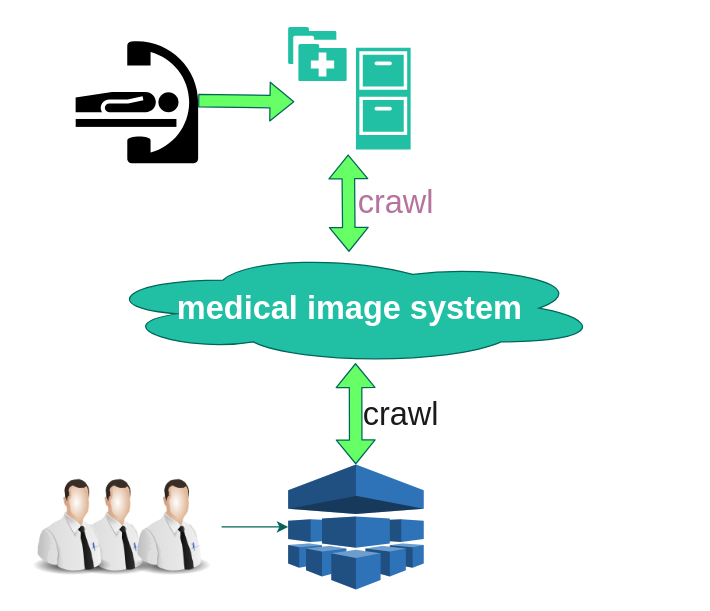
The draw.io diagram crawl&medicalimage_review.drawio in Thesoul20/daily-work, before the edit. Source tidied: cells renumbered, new cells numbered last; positions are measured from the earlier drawing's top-left corner, leaving out a move shared by most shapes. Both pictures are drawn from the tidied source at 125%, with x=0, y=0 at pixel (21, 26).
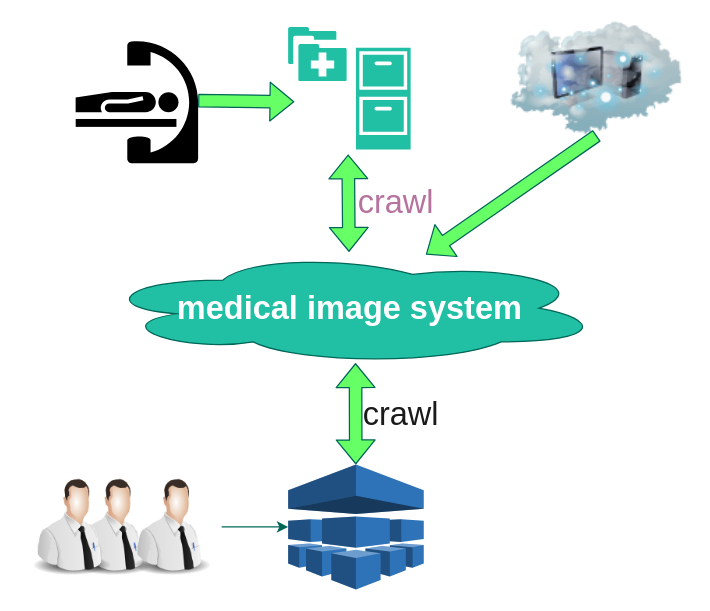
After the change.

Change to the diagram source:
```diff
@@
 <mxGraphModel>
   <root>
     <mxCell id="0" />
     <mxCell id="1" parent="0" />
     <mxCell id="2" style="shape=mxgraph.signs.healthcare.medical_records;html=1;strokeColor=none;verticalLabelPosition=bottom;verticalAlign=top;align=center;fillColor=#21C0A5;fontColor=#5C5C5C;" parent="1" vertex="1">
       <mxGeometry x="213" width="98" height="98" as="geometry" />
     </mxCell>
     <mxCell id="3" style="shape=mxgraph.signs.healthcare.cath_lab;html=1;fillColor=#000000;strokeColor=none;verticalLabelPosition=bottom;verticalAlign=top;align=center;rounded=0;sketch=0;fontColor=#5C5C5C;" parent="1" vertex="1">
       <mxGeometry x="43" y="9" width="98" height="100" as="geometry" />
     </mxCell>
     <mxCell id="4" style="shape=flexArrow;endArrow=classic;html=1;rounded=1;sketch=0;fontColor=#5C5C5C;strokeColor=#006658;fillColor=#66FF66;curved=0;exitX=1;exitY=0.5;exitDx=0;exitDy=0;exitPerimeter=0;entryX=0.051;entryY=0.612;entryDx=0;entryDy=0;entryPerimeter=0;" parent="1" edge="1" source="3" target="2">
       <mxGeometry relative="1" as="geometry" />
     </mxCell>
     <mxCell id="5" value="&lt;font color=&quot;#FFFFFF&quot;&gt;&lt;b&gt;&lt;font style=&quot;font-size: 26px&quot;&gt;medical image system&lt;/font&gt;&lt;/b&gt;&lt;/font&gt;" style="ellipse;shape=cloud;whiteSpace=wrap;html=1;rounded=0;sketch=0;fontColor=#5C5C5C;strokeColor=#006658;fillColor=#21C0A5;" parent="1" vertex="1">
       <mxGeometry x="59.8" y="180" width="404.5" height="90" as="geometry" />
     </mxCell>
     <mxCell id="6" style="shape=flexArrow;endArrow=classic;startArrow=classic;html=1;rounded=1;sketch=0;fontColor=#5C5C5C;strokeColor=#006658;fillColor=#66FF66;curved=0;entryX=0.49;entryY=1.041;entryDx=0;entryDy=0;entryPerimeter=0;" parent="1" edge="1" source="5" target="2">
       <mxGeometry relative="1" as="geometry" />
     </mxCell>
     <mxCell id="7" style="shape=flexArrow;endArrow=classic;startArrow=classic;html=1;rounded=1;sketch=0;fontSize=26;fontColor=#FFFFFF;strokeColor=#006658;fillColor=#66FF66;curved=0;entryX=0.512;entryY=0.989;entryDx=0;entryDy=0;entryPerimeter=0;" parent="1" edge="1" source="8" target="5">
       <mxGeometry relative="1" as="geometry" />
     </mxCell>
     <mxCell id="8" style="outlineConnect=0;dashed=0;verticalLabelPosition=bottom;verticalAlign=top;align=center;html=1;shape=mxgraph.aws3.machine_learning;fillColor=#2E73B8;gradientColor=none;rounded=0;sketch=0;fontSize=26;fontColor=#FFFFFF;strokeColor=#006658;" parent="1" vertex="1">
       <mxGeometry x="213" y="350" width="108.5" height="100" as="geometry" />
     </mxCell>
     <mxCell id="9" style="image;html=1;image=img/lib/clip_art/people/Tech_Man_128x128.png;rounded=0;sketch=0;fontSize=26;fontColor=#FFFFFF;strokeColor=#006658;fillColor=#21C0A5;" parent="1" vertex="1">
       <mxGeometry x="33" y="360" width="80" height="80" as="geometry" />
     </mxCell>
     <mxCell id="10" style="image;html=1;image=img/lib/clip_art/people/Tech_Man_128x128.png;rounded=0;sketch=0;fontSize=26;fontColor=#FFFFFF;strokeColor=#006658;fillColor=#21C0A5;" parent="1" vertex="1">
       <mxGeometry y="360" width="80" height="80" as="geometry" />
     </mxCell>
     <mxCell id="11" style="edgeStyle=orthogonalEdgeStyle;curved=0;rounded=1;sketch=0;jettySize=auto;html=1;fontSize=26;fontColor=#FFFFFF;strokeColor=#006658;fillColor=#66FF66;" parent="1" edge="1" source="12" target="8">
       <mxGeometry relative="1" as="geometry" />
     </mxCell>
     <mxCell id="12" style="image;html=1;image=img/lib/clip_art/people/Tech_Man_128x128.png;rounded=0;sketch=0;fontSize=26;fontColor=#FFFFFF;strokeColor=#006658;fillColor=#21C0A5;" parent="1" vertex="1">
       <mxGeometry x="79.8" y="360" width="80" height="80" as="geometry" />
     </mxCell>
     <mxCell id="13" value="&lt;font color=&quot;#1A1A1A&quot;&gt;crawl&lt;/font&gt;" style="text;html=1;align=center;verticalAlign=middle;strokeColor=none;fillColor=none;fontSize=26;fontColor=#FFFFFF;" parent="1" vertex="1">
       <mxGeometry x="263" y="290" width="80" height="40" as="geometry" />
     </mxCell>
     <mxCell id="14" value="&lt;font color=&quot;#B5739D&quot;&gt;crawl&lt;/font&gt;" style="text;html=1;align=center;verticalAlign=middle;strokeColor=none;fillColor=none;fontSize=26;fontColor=#1A1A1A;" parent="1" vertex="1">
       <mxGeometry x="259" y="120" width="80" height="40" as="geometry" />
     </mxCell>
+    <mxCell id="15" style="image;html=1;image=img/lib/clip_art/networking/Cloud_Computer_128x128.png;rounded=0;sketch=0;fontSize=26;fontColor=#B5739D;strokeColor=#006658;fillColor=#21C0A5;" parent="1" vertex="1">
+      <mxGeometry x="386" y="-4" width="148" height="91" as="geometry" />
+    </mxCell>
+    <mxCell id="16" style="shape=flexArrow;endArrow=classic;html=1;rounded=1;sketch=0;fontSize=26;fontColor=#B5739D;strokeColor=#006658;fillColor=#66FF66;curved=0;exitX=0.5;exitY=1;exitDx=0;exitDy=0;" parent="1" edge="1" source="15" target="5">
+      <mxGeometry relative="1" as="geometry" />
+    </mxCell>
   </root>
 </mxGraphModel>
```
